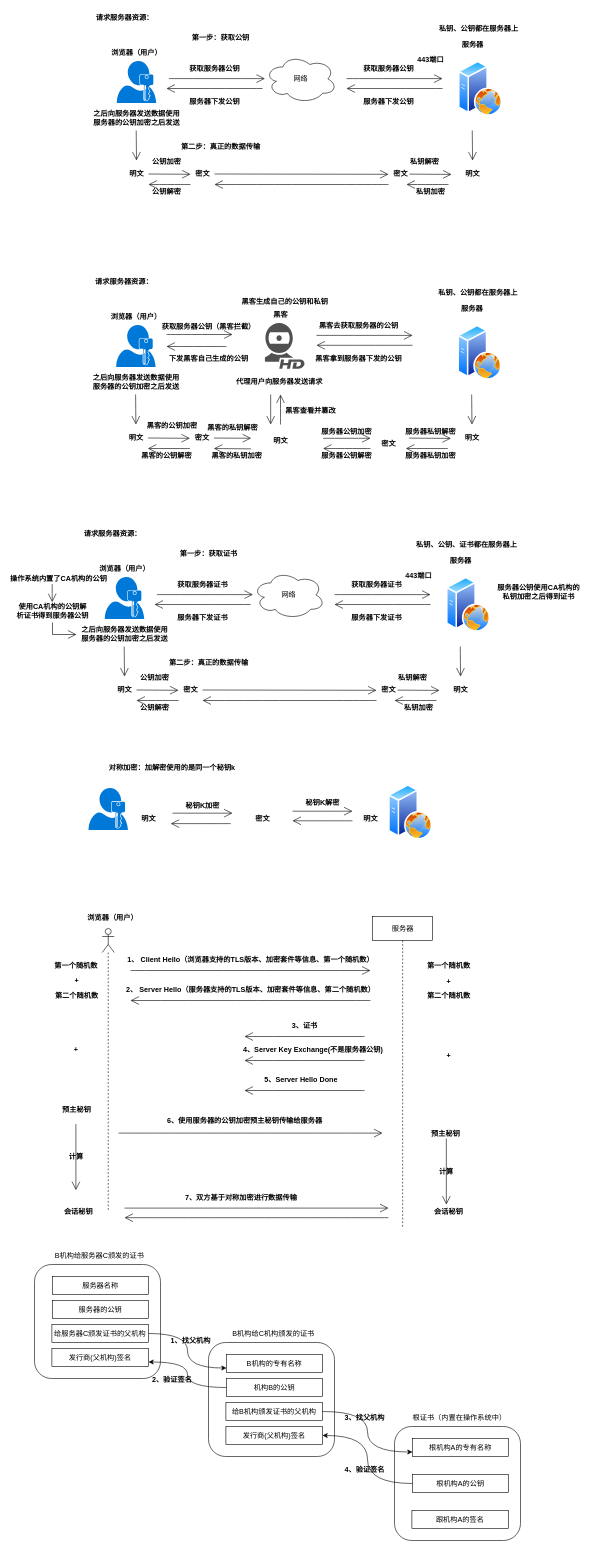
Chaimek/LearnPictures keeps this draw.io diagram as 高级/HTTP和HTTPS.drawio. Above is the earlier version. Source tidied: cells renumbered, new cells numbered last; positions are measured from the earlier drawing's top-left corner, leaving out a move shared by most shapes. Both pictures are drawn from the tidied source at 60%, with x=0, y=0 at pixel (28, 10).
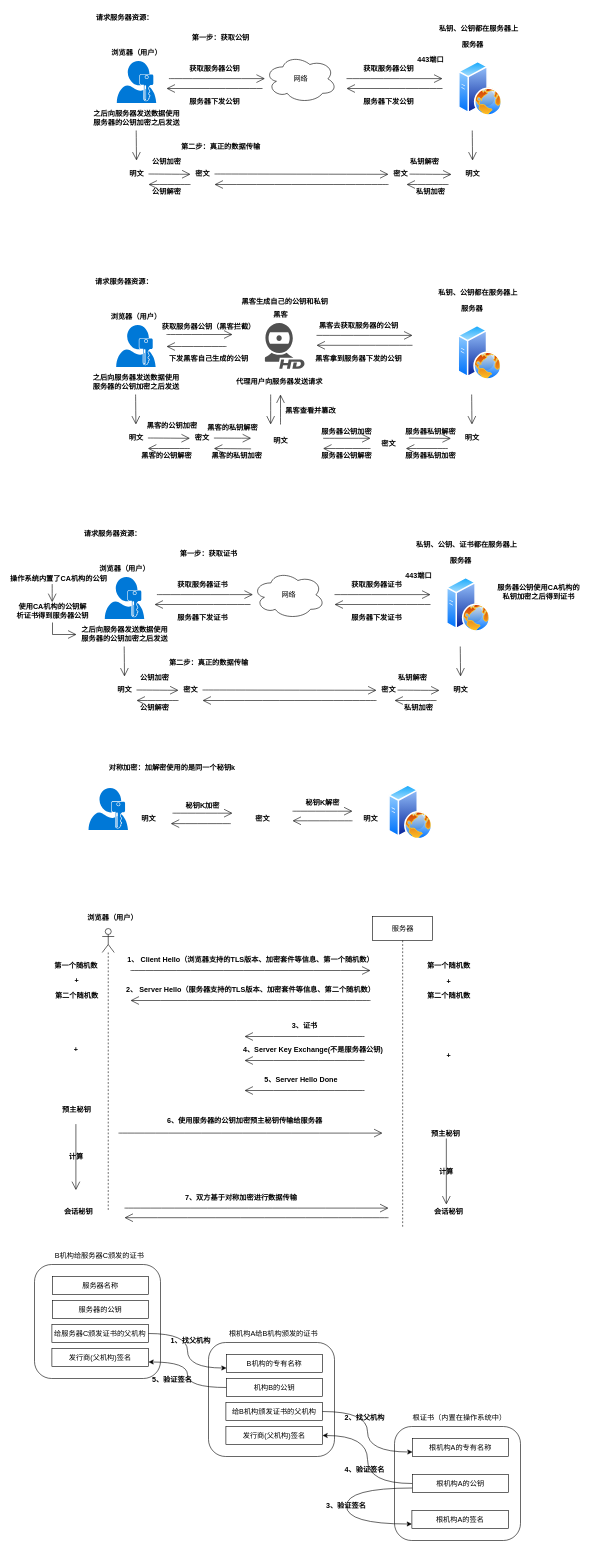
The same page after the edit.

The change refers to these unchanged cells:
```xml
<mxCell id="184" value="根机构A的公钥" style="rounded=0;whiteSpace=wrap;html=1;" parent="1" vertex="1">
  <mxGeometry x="640" y="2440" width="160" height="30" as="geometry" />
</mxCell>
```

What changed in the source:
```diff
@@
-    <mxCell id="180" value="B机构给C机构颁发的证书" style="text;html=1;strokeColor=none;fillColor=none;align=center;verticalAlign=middle;whiteSpace=wrap;rounded=0;" parent="1" vertex="1">
+    <mxCell id="180" value="根机构A给B机构颁发的证书" style="text;html=1;strokeColor=none;fillColor=none;align=center;verticalAlign=middle;whiteSpace=wrap;rounded=0;" parent="1" vertex="1">
       <mxGeometry x="328" y="2190" width="161" height="30" as="geometry" />
     </mxCell>
@@
+    <mxCell id="193" style="edgeStyle=orthogonalEdgeStyle;curved=1;rounded=0;jettySize=auto;html=1;exitX=0;exitY=0.75;exitDx=0;exitDy=0;entryX=0;entryY=0.75;entryDx=0;entryDy=0;" parent="1" edge="1" source="184" target="185">
+      <mxGeometry relative="1" as="geometry">
+        <Array as="points">
+          <mxPoint x="530" y="2463" />
+          <mxPoint x="530" y="2523" />
+        </Array>
+      </mxGeometry>
+    </mxCell>
@@
-    <mxCell id="185" value="跟机构A的签名" style="rounded=0;whiteSpace=wrap;html=1;" parent="1" vertex="1">
+    <mxCell id="185" value="根机构A的签名" style="rounded=0;whiteSpace=wrap;html=1;" parent="1" vertex="1">
       <mxGeometry x="639" y="2500" width="161" height="30" as="geometry" />
     </mxCell>
@@
-    <mxCell id="189" value="2、验证签名" style="text;align=center;fontStyle=1;verticalAlign=middle;spacingLeft=3;spacingRight=3;strokeColor=none;html=1;" parent="1" vertex="1">
+    <mxCell id="189" value="5、验证签名" style="text;align=center;fontStyle=1;verticalAlign=middle;spacingLeft=3;spacingRight=3;strokeColor=none;html=1;" parent="1" vertex="1">
       <mxGeometry x="199" y="2270" width="80" height="26" as="geometry" />
     </mxCell>
@@
-    <mxCell id="192" value="3、找父机构" style="text;align=center;fontStyle=1;verticalAlign=middle;spacingLeft=3;spacingRight=3;strokeColor=none;html=1;" parent="1" vertex="1">
+    <mxCell id="192" value="2、找父机构" style="text;align=center;fontStyle=1;verticalAlign=middle;spacingLeft=3;spacingRight=3;strokeColor=none;html=1;" parent="1" vertex="1">
       <mxGeometry x="520" y="2332" width="80" height="26" as="geometry" />
     </mxCell>
+    <mxCell id="194" value="3、验证签名" style="text;align=center;fontStyle=1;verticalAlign=middle;spacingLeft=3;spacingRight=3;strokeColor=none;html=1;" parent="1" vertex="1">
+      <mxGeometry x="489" y="2480" width="80" height="26" as="geometry" />
+    </mxCell>
```
